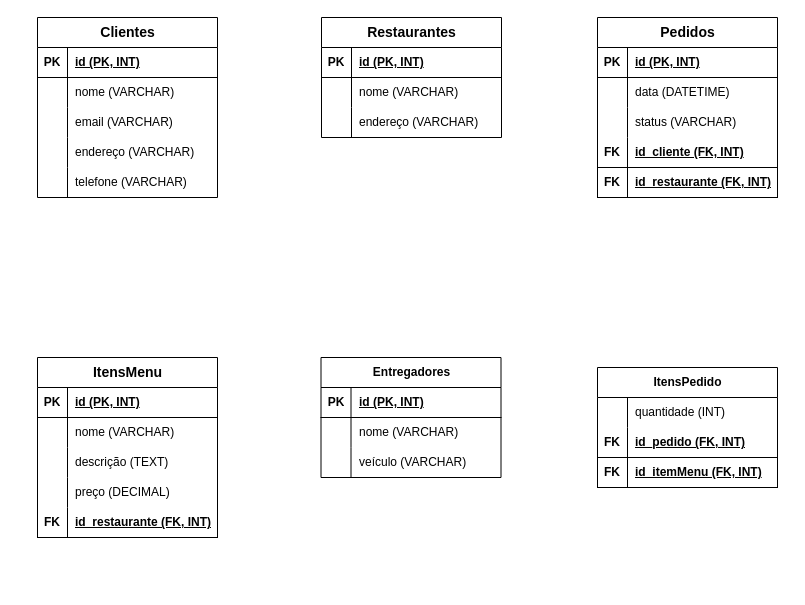
The draw.io diagram Diagrama Entidade-Relacionamento (DER) Físico.drawio in lrlacerda/Logica-de-Programacao-Pratica, before the edit. Source tidied: cells renumbered, new cells numbered last; positions are measured from the earlier drawing's top-left corner, leaving out a move shared by most shapes. Both pictures are drawn from the tidied source at 100%, with x=0, y=0 at pixel (37, 17).
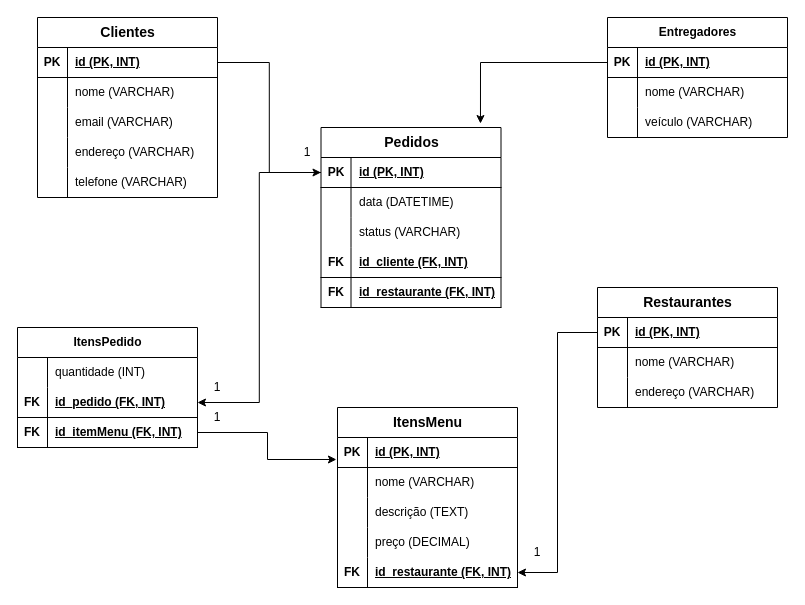
After the change.

Unchanged cells that the change refers to:
```xml
<mxCell id="3" style="shape=tableRow;horizontal=0;startSize=0;swimlaneHead=0;swimlaneBody=0;fillColor=none;points=[[0,0.5],[1,0.5]];portConstraint=eastwest;top=0;left=0;right=0;bottom=1;" parent="2" vertex="1">
  <mxGeometry y="30" width="180" height="30" as="geometry" />
</mxCell>
<mxCell id="19" style="shape=tableRow;horizontal=0;startSize=0;swimlaneHead=0;swimlaneBody=0;fillColor=none;points=[[0,0.5],[1,0.5]];portConstraint=eastwest;top=0;left=0;right=0;bottom=1;" parent="18" vertex="1">
  <mxGeometry y="30" width="180" height="30" as="geometry" />
</mxCell>
<mxCell id="35" style="shape=tableRow;horizontal=0;startSize=0;swimlaneHead=0;swimlaneBody=0;fillColor=none;points=[[0,0.5],[1,0.5]];portConstraint=eastwest;top=0;left=0;right=0;bottom=1;" parent="34" vertex="1">
  <mxGeometry y="30" width="180" height="30" as="geometry" />
</mxCell>
<mxCell id="45" style="shape=tableRow;horizontal=0;startSize=0;swimlaneHead=0;swimlaneBody=0;fillColor=none;points=[[0,0.5],[1,0.5]];portConstraint=eastwest;top=0;left=0;right=0;bottom=1;" parent="44" vertex="1">
  <mxGeometry y="30" width="180" height="30" as="geometry" />
</mxCell>
<mxCell id="55" style="shape=tableRow;horizontal=0;startSize=0;swimlaneHead=0;swimlaneBody=0;fillColor=none;points=[[0,0.5],[1,0.5]];portConstraint=eastwest;top=0;left=0;right=0;bottom=1;" parent="54" vertex="1">
  <mxGeometry y="30" width="180" height="30" as="geometry" />
</mxCell>
<mxCell id="67" style="shape=tableRow;horizontal=0;startSize=0;swimlaneHead=0;swimlaneBody=0;fillColor=none;points=[[0,0.5],[1,0.5]];portConstraint=eastwest;top=0;left=0;right=0;bottom=1;" parent="54" vertex="1">
  <mxGeometry y="150" width="180" height="30" as="geometry" />
</mxCell>
<mxCell id="74" style="shape=tableRow;horizontal=0;startSize=0;swimlaneHead=0;swimlaneBody=0;fillColor=none;points=[[0,0.5],[1,0.5]];portConstraint=eastwest;top=0;left=0;right=0;bottom=1;" parent="70" vertex="1">
  <mxGeometry y="60" width="180" height="30" as="geometry" />
</mxCell>
<mxCell id="77" style="shape=tableRow;horizontal=0;startSize=0;swimlaneHead=0;swimlaneBody=0;fillColor=none;points=[[0,0.5],[1,0.5]];portConstraint=eastwest;top=0;left=0;right=0;bottom=1;" parent="70" vertex="1">
  <mxGeometry y="90" width="180" height="30" as="geometry" />
</mxCell>
```

What changed in the source:
```diff
@@
+    <mxCell id="80" style="edgeStyle=orthogonalEdgeStyle;rounded=0;jettySize=auto;html=1;entryX=0;entryY=0.5;entryDx=0;entryDy=0;exitX=1;exitY=0.5;exitDx=0;exitDy=0;" parent="1" edge="1" source="3" target="19">
+      <mxGeometry relative="1" as="geometry" />
+    </mxCell>
@@
     <mxCell id="18" value="&lt;font style=&quot;font-size: 14px;&quot;&gt;Pedidos&lt;/font&gt;" style="shape=table;startSize=30;childLayout=tableLayout;rowLines=0;fontStyle=1;align=center;html=1;" parent="1" vertex="1">
-      <mxGeometry x="560" width="180" height="180" as="geometry" />
+      <mxGeometry x="283.5" y="110" width="180" height="180" as="geometry" />
     </mxCell>
@@
     <mxCell id="34" value="&lt;font style=&quot;font-size: 14px;&quot;&gt;Restaurantes&lt;/font&gt;" style="shape=table;startSize=30;childLayout=tableLayout;rowLines=0;fontStyle=1;align=center;html=1;" parent="1" vertex="1">
-      <mxGeometry x="284" width="180" height="120" as="geometry" />
+      <mxGeometry x="560" y="270" width="180" height="120" as="geometry" />
     </mxCell>
@@
     <mxCell id="44" value="Entregadores" style="shape=table;startSize=30;childLayout=tableLayout;rowLines=0;fontStyle=1;align=center;html=1;" parent="1" vertex="1">
-      <mxGeometry x="283.5" y="340" width="180" height="120" as="geometry" />
+      <mxGeometry x="570" width="180" height="120" as="geometry" />
     </mxCell>
@@
     <mxCell id="54" value="&lt;font style=&quot;font-size: 14px;&quot;&gt;ItensMenu&lt;/font&gt;" style="shape=table;startSize=30;childLayout=tableLayout;rowLines=0;fontStyle=1;align=center;html=1;" parent="1" vertex="1">
-      <mxGeometry y="340" width="180" height="180" as="geometry" />
+      <mxGeometry x="300" y="390" width="180" height="180" as="geometry" />
     </mxCell>
@@
     <mxCell id="70" value="ItensPedido" style="shape=table;startSize=30;childLayout=tableLayout;rowLines=0;fontStyle=1;align=center;html=1;" parent="1" vertex="1">
-      <mxGeometry x="560" y="350" width="180" height="120" as="geometry" />
+      <mxGeometry x="-20" y="310" width="180" height="120" as="geometry" />
     </mxCell>
@@
+    <mxCell id="81" value="1" style="text;html=1;align=center;verticalAlign=middle;whiteSpace=wrap;rounded=0;" parent="1" vertex="1">
+      <mxGeometry x="260" y="120" width="20" height="30" as="geometry" />
+    </mxCell>
+    <mxCell id="82" style="edgeStyle=orthogonalEdgeStyle;rounded=0;jettySize=auto;html=1;entryX=1;entryY=0.5;entryDx=0;entryDy=0;" parent="1" edge="1" source="35" target="67">
+      <mxGeometry relative="1" as="geometry" />
+    </mxCell>
+    <mxCell id="83" value="1" style="text;html=1;align=center;verticalAlign=middle;whiteSpace=wrap;rounded=0;" parent="1" vertex="1">
+      <mxGeometry x="490" y="520" width="20" height="30" as="geometry" />
+    </mxCell>
+    <mxCell id="84" style="edgeStyle=orthogonalEdgeStyle;rounded=0;jettySize=auto;html=1;entryX=1;entryY=0.5;entryDx=0;entryDy=0;" parent="1" edge="1" source="19" target="74">
+      <mxGeometry relative="1" as="geometry" />
+    </mxCell>
+    <mxCell id="85" value="1" style="text;html=1;align=center;verticalAlign=middle;whiteSpace=wrap;rounded=0;" parent="1" vertex="1">
+      <mxGeometry x="170" y="355" width="20" height="30" as="geometry" />
+    </mxCell>
+    <mxCell id="86" style="edgeStyle=orthogonalEdgeStyle;rounded=0;jettySize=auto;html=1;entryX=-0.006;entryY=0.733;entryDx=0;entryDy=0;entryPerimeter=0;" parent="1" edge="1" source="77" target="55">
+      <mxGeometry relative="1" as="geometry" />
+    </mxCell>
+    <mxCell id="87" value="1" style="text;html=1;align=center;verticalAlign=middle;whiteSpace=wrap;rounded=0;" parent="1" vertex="1">
+      <mxGeometry x="170" y="385" width="20" height="30" as="geometry" />
+    </mxCell>
+    <mxCell id="88" style="edgeStyle=orthogonalEdgeStyle;rounded=0;jettySize=auto;html=1;entryX=0.886;entryY=-0.022;entryDx=0;entryDy=0;entryPerimeter=0;" parent="1" edge="1" source="45" target="18">
+      <mxGeometry relative="1" as="geometry" />
+    </mxCell>
```
